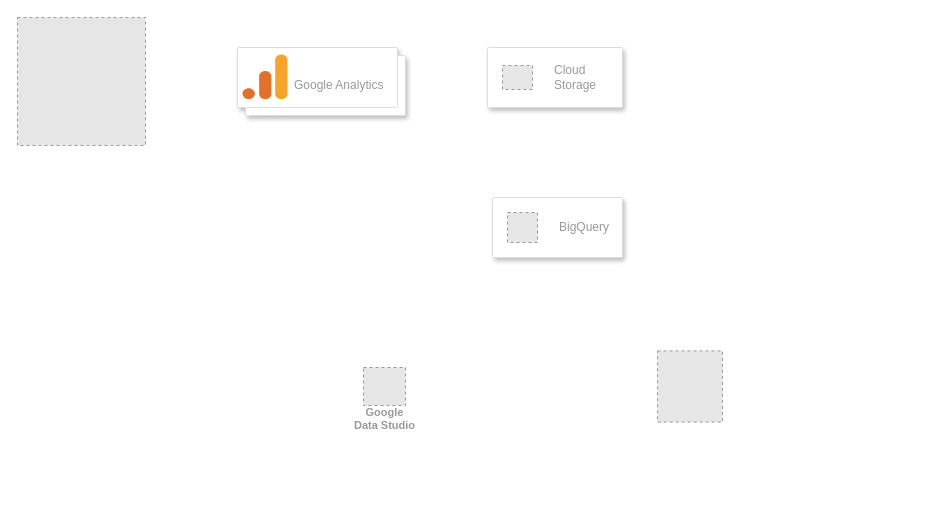
kmlhtpgl/devops keeps this draw.io diagram as Untitled Diagram.drawio. Above is the earlier version. Source tidied: cells renumbered, new cells numbered last; positions are measured from the earlier drawing's top-left corner, leaving out a move shared by most shapes. Both pictures are drawn from the tidied source at 100%, with x=0, y=0 at pixel (17, 17). Pictures stored in the file or linked from it are replaced by grey dashed boxes.
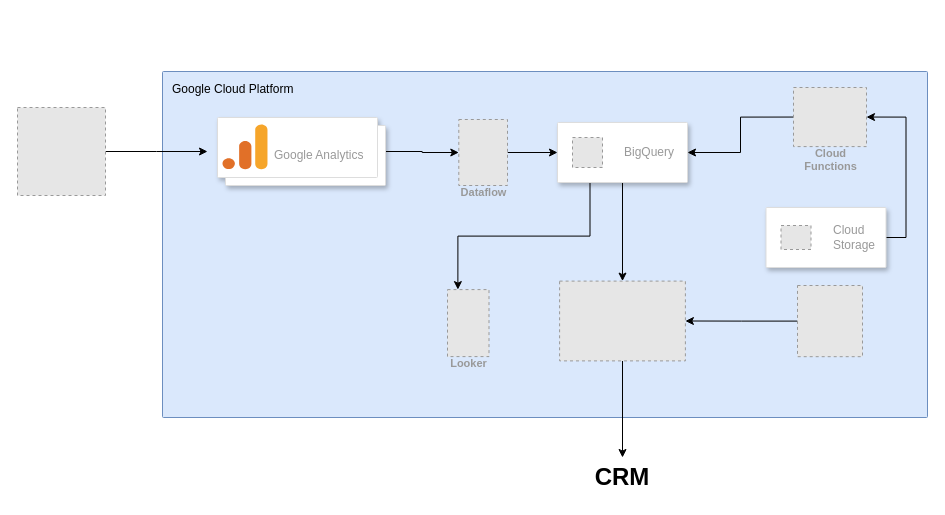
Above is the later version.

Change to the diagram source:
```diff
@@
+    <mxCell id="11" value="Google Cloud Platform" style="sketch=0;rounded=1;absoluteArcSize=1;arcSize=2;html=1;strokeColor=#6c8ebf;shadow=0;dashed=0;fontSize=12;align=left;verticalAlign=top;spacing=10;spacingTop=-4;whiteSpace=wrap;fillColor=#dae8fc;" parent="1" vertex="1">
+      <mxGeometry x="145" y="54" width="765" height="346" as="geometry" />
+    </mxCell>
+    <mxCell id="12" style="edgeStyle=orthogonalEdgeStyle;rounded=0;jettySize=auto;html=1;" parent="1" edge="1" source="2">
+      <mxGeometry relative="1" as="geometry">
+        <mxPoint x="190" y="134" as="targetPoint" />
+      </mxGeometry>
+    </mxCell>
     <mxCell id="2" style="fillColor=#E6E6E6;strokeColor=#999999;dashed=1;html=1;verticalAlign=top;verticalLabelPosition=bottom;labelBackgroundColor=#ffffff;" parent="1" vertex="1">
-      <mxGeometry width="128" height="128" as="geometry" />
+      <mxGeometry y="90" width="88" height="88" as="geometry" />
     </mxCell>
+    <mxCell id="13" style="edgeStyle=orthogonalEdgeStyle;rounded=0;jettySize=auto;html=1;exitX=1;exitY=0.5;exitDx=0;exitDy=0;entryX=0;entryY=0.5;entryDx=0;entryDy=0;" parent="1" edge="1" source="3" target="24">
+      <mxGeometry relative="1" as="geometry" />
+    </mxCell>
     <mxCell id="3" style="shape=mxgraph.gcp2.doubleRect;strokeColor=#dddddd;shadow=1;strokeWidth=1;" parent="1" vertex="1">
-      <mxGeometry x="220" y="30" width="168" height="68" as="geometry" />
+      <mxGeometry x="200" y="100" width="168" height="68" as="geometry" />
     </mxCell>
@@
-    <mxCell id="5" style="strokeColor=#dddddd;shadow=1;strokeWidth=1;rounded=1;absoluteArcSize=1;arcSize=2;" parent="1" vertex="1">
-      <mxGeometry x="470" y="30" width="135" height="60" as="geometry" />
-    </mxCell>
-    <mxCell id="6" value="Cloud&#10;Storage" style="fillColor=#E6E6E6;strokeColor=#999999;dashed=1;html=1;fontColor=#999999;verticalLabelPosition=middle;verticalAlign=middle;labelPosition=right;align=left;spacingLeft=20;" parent="5" vertex="1">
-      <mxGeometry width="30" height="24" relative="1" as="geometry">
-        <mxPoint x="15" y="18" as="offset" />
-      </mxGeometry>
-    </mxCell>
+    <mxCell id="14" style="edgeStyle=orthogonalEdgeStyle;rounded=0;jettySize=auto;html=1;exitX=0.25;exitY=1;exitDx=0;exitDy=0;entryX=0.25;entryY=0;entryDx=0;entryDy=0;" parent="1" edge="1" source="7" target="22">
+      <mxGeometry relative="1" as="geometry" />
+    </mxCell>
+    <mxCell id="15" style="edgeStyle=orthogonalEdgeStyle;rounded=0;jettySize=auto;html=1;exitX=0.5;exitY=1;exitDx=0;exitDy=0;entryX=0.5;entryY=0;entryDx=0;entryDy=0;" parent="1" edge="1" source="7" target="18">
+      <mxGeometry relative="1" as="geometry" />
+    </mxCell>
     <mxCell id="7" style="strokeColor=#dddddd;shadow=1;strokeWidth=1;rounded=1;absoluteArcSize=1;arcSize=2;" parent="1" vertex="1">
-      <mxGeometry x="475" y="180" width="130" height="60" as="geometry" />
+      <mxGeometry x="540" y="105" width="130" height="60" as="geometry" />
     </mxCell>
@@
-    <mxCell id="9" value="Google&#10;Data Studio" style="fillColor=#E6E6E6;strokeColor=#999999;dashed=1;html=1;verticalAlign=top;labelPosition=center;verticalLabelPosition=bottom;align=center;spacingTop=-6;fontSize=11;fontStyle=1;fontColor=#999999;" parent="1" vertex="1">
-      <mxGeometry x="346" y="350" width="42" height="38" as="geometry" />
-    </mxCell>
+    <mxCell id="16" style="edgeStyle=orthogonalEdgeStyle;rounded=0;jettySize=auto;html=1;exitX=0;exitY=0.5;exitDx=0;exitDy=0;entryX=1;entryY=0.5;entryDx=0;entryDy=0;" parent="1" edge="1" source="10" target="18">
+      <mxGeometry relative="1" as="geometry" />
+    </mxCell>
     <mxCell id="10" style="fillColor=#E6E6E6;strokeColor=#999999;dashed=1;verticalLabelPosition=bottom;labelBackgroundColor=default;verticalAlign=top;" parent="1" vertex="1">
-      <mxGeometry x="640" y="333.4" width="65" height="71.2" as="geometry" />
+      <mxGeometry x="780" y="268" width="65" height="71.2" as="geometry" />
     </mxCell>
+    <mxCell id="17" style="edgeStyle=orthogonalEdgeStyle;rounded=0;jettySize=auto;html=1;exitX=0.5;exitY=1;exitDx=0;exitDy=0;" parent="1" edge="1" source="18" target="19">
+      <mxGeometry relative="1" as="geometry" />
+    </mxCell>
+    <mxCell id="18" style="fillColor=#E6E6E6;strokeColor=#999999;dashed=1;verticalLabelPosition=bottom;verticalAlign=top;" parent="1" vertex="1">
+      <mxGeometry x="542.1" y="263.6" width="125.8" height="79.8" as="geometry" />
+    </mxCell>
+    <mxCell id="19" value="&lt;b&gt;&lt;font style=&quot;font-size: 24px;&quot;&gt;CRM&lt;/font&gt;&lt;/b&gt;" style="text;strokeColor=none;align=center;fillColor=none;html=1;verticalAlign=middle;whiteSpace=wrap;rounded=0;" parent="1" vertex="1">
+      <mxGeometry x="565" y="440" width="80" height="40" as="geometry" />
+    </mxCell>
+    <mxCell id="20" style="edgeStyle=orthogonalEdgeStyle;rounded=0;jettySize=auto;html=1;exitX=1;exitY=0.5;exitDx=0;exitDy=0;entryX=1;entryY=0.5;entryDx=0;entryDy=0;" parent="1" edge="1" source="21" target="26">
+      <mxGeometry relative="1" as="geometry" />
+    </mxCell>
+    <mxCell id="21" style="strokeColor=#dddddd;shadow=1;strokeWidth=1;rounded=1;absoluteArcSize=1;arcSize=2;" parent="1" vertex="1">
+      <mxGeometry x="748.5" y="190" width="120" height="60" as="geometry" />
+    </mxCell>
+    <mxCell id="6" value="Cloud&#10;Storage" style="fillColor=#E6E6E6;strokeColor=#999999;dashed=1;html=1;fontColor=#999999;verticalLabelPosition=middle;verticalAlign=middle;labelPosition=right;align=left;spacingLeft=20;" parent="21" vertex="1">
+      <mxGeometry width="30" height="24" relative="1" as="geometry">
+        <mxPoint x="15" y="18" as="offset" />
+      </mxGeometry>
+    </mxCell>
+    <mxCell id="22" value="Looker" style="fillColor=#E6E6E6;strokeColor=#999999;dashed=1;html=1;verticalAlign=top;labelPosition=center;verticalLabelPosition=bottom;align=center;spacingTop=-6;fontSize=11;fontStyle=1;fontColor=#999999;" parent="1" vertex="1">
+      <mxGeometry x="430" y="272.1" width="41.5" height="67" as="geometry" />
+    </mxCell>
+    <mxCell id="23" style="edgeStyle=orthogonalEdgeStyle;rounded=0;jettySize=auto;html=1;exitX=1;exitY=0.5;exitDx=0;exitDy=0;" parent="1" edge="1" source="24" target="7">
+      <mxGeometry relative="1" as="geometry" />
+    </mxCell>
+    <mxCell id="24" value="Dataflow" style="fillColor=#E6E6E6;strokeColor=#999999;dashed=1;html=1;verticalAlign=top;labelPosition=center;verticalLabelPosition=bottom;align=center;spacingTop=-6;fontSize=11;fontStyle=1;fontColor=#999999;" parent="1" vertex="1">
+      <mxGeometry x="441.3" y="102" width="48.7" height="66" as="geometry" />
+    </mxCell>
+    <mxCell id="25" style="edgeStyle=orthogonalEdgeStyle;rounded=0;jettySize=auto;html=1;exitX=0;exitY=0.5;exitDx=0;exitDy=0;" parent="1" edge="1" source="26" target="7">
+      <mxGeometry relative="1" as="geometry" />
+    </mxCell>
+    <mxCell id="26" value="Cloud&#10;Functions" style="fillColor=#E6E6E6;strokeColor=#999999;dashed=1;html=1;verticalAlign=top;labelPosition=center;verticalLabelPosition=bottom;align=center;spacingTop=-6;fontSize=11;fontStyle=1;fontColor=#999999;" parent="1" vertex="1">
+      <mxGeometry x="776" y="70" width="73" height="59.1" as="geometry" />
+    </mxCell>
```
